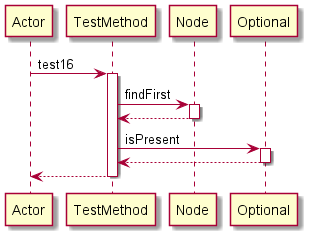
This is Diagrams/test16.png from manucapo/Gardener, a PlantUML export, as it was before one commit. The source it was exported from:
```plantuml
@startuml
participant Actor
Actor -> TestMethod: test16
activate TestMethod
TestMethod -> Node: findFirst
activate Node
Node-->TestMethod
deactivate Node
TestMethod -> Optional: isPresent
activate Optional
Optional-->TestMethod
deactivate Optional
return
@enduml
```
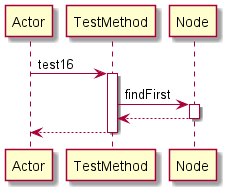
Later version of the same file.

Change to the diagram source:
```diff
@@ -6,9 +6,5 @@
 activate Node
 Node-->TestMethod
 deactivate Node
-TestMethod -> Optional: isPresent
-activate Optional
-Optional-->TestMethod
-deactivate Optional
 return
 @enduml
```
